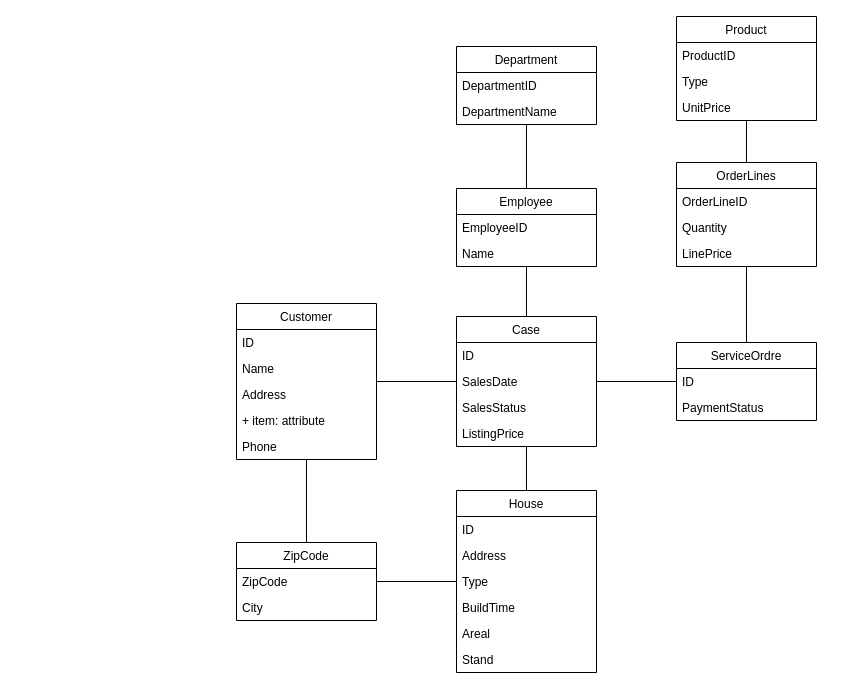
The draw.io diagram Diverse/er.drawio in JesperlaCour/EstateBrokers, before the edit. Source tidied: cells renumbered, new cells numbered last; positions are measured from the earlier drawing's top-left corner, leaving out a move shared by most shapes. Both pictures are drawn from the tidied source at 100%, with x=0, y=0 at pixel (236, 16).
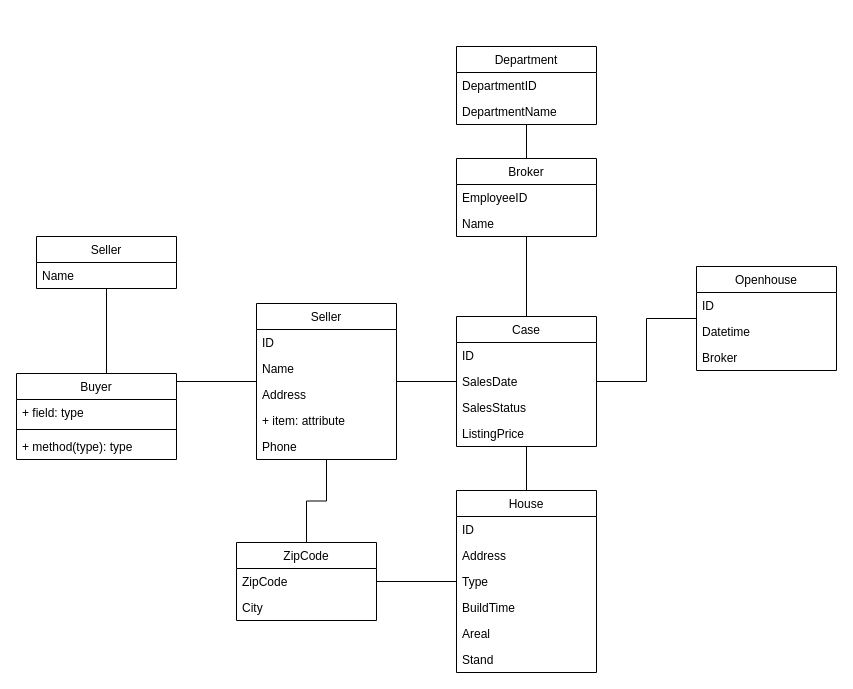
The same diagram, later.

The change refers to these unchanged cells:
```xml
<mxCell id="18" value="Case" style="swimlane;fontStyle=0;horizontal=1;startSize=26;fillColor=none;" parent="1" vertex="1">
  <mxGeometry x="220" y="300" width="140" height="130" as="geometry" />
</mxCell>
```

Diff of the diagram source:
```diff
@@
-    <mxCell id="3" style="edgeStyle=orthogonalEdgeStyle;rounded=0;jettySize=auto;html=1;endArrow=none;endFill=0;" parent="1" edge="1" source="18" target="29">
-      <mxGeometry relative="1" as="geometry" />
-    </mxCell>
@@
-    <mxCell id="6" style="edgeStyle=orthogonalEdgeStyle;rounded=0;jettySize=auto;html=1;endArrow=none;endFill=0;" parent="1" edge="1" source="29" target="8">
-      <mxGeometry relative="1" as="geometry" />
-    </mxCell>
-    <mxCell id="7" style="edgeStyle=orthogonalEdgeStyle;rounded=0;jettySize=auto;html=1;endArrow=none;endFill=0;" parent="1" edge="1" source="8" target="12">
-      <mxGeometry relative="1" as="geometry" />
-    </mxCell>
-    <mxCell id="8" value="OrderLines" style="swimlane;fontStyle=0;horizontal=1;startSize=26;fillColor=none;" parent="1" vertex="1">
-      <mxGeometry x="440" y="146" width="140" height="104" as="geometry" />
-    </mxCell>
-    <mxCell id="9" value="OrderLineID" style="text;strokeColor=none;fillColor=none;align=left;verticalAlign=top;spacingLeft=4;spacingRight=4;overflow=hidden;" parent="8" vertex="1">
-      <mxGeometry y="26" width="140" height="26" as="geometry" />
-    </mxCell>
-    <mxCell id="10" value="Quantity" style="text;strokeColor=none;fillColor=none;align=left;verticalAlign=top;spacingLeft=4;spacingRight=4;overflow=hidden;" parent="8" vertex="1">
-      <mxGeometry y="52" width="140" height="26" as="geometry" />
-    </mxCell>
-    <mxCell id="11" value="LinePrice" style="text;strokeColor=none;fillColor=none;align=left;verticalAlign=top;spacingLeft=4;spacingRight=4;overflow=hidden;" parent="8" vertex="1">
-      <mxGeometry y="78" width="140" height="26" as="geometry" />
-    </mxCell>
-    <mxCell id="12" value="Product" style="swimlane;fontStyle=0;horizontal=1;startSize=26;fillColor=none;" parent="1" vertex="1">
-      <mxGeometry x="440" width="140" height="104" as="geometry" />
-    </mxCell>
-    <mxCell id="13" value="ProductID" style="text;strokeColor=none;fillColor=none;align=left;verticalAlign=top;spacingLeft=4;spacingRight=4;overflow=hidden;" parent="12" vertex="1">
-      <mxGeometry y="26" width="140" height="26" as="geometry" />
-    </mxCell>
-    <mxCell id="14" value="Type" style="text;strokeColor=none;fillColor=none;align=left;verticalAlign=top;spacingLeft=4;spacingRight=4;overflow=hidden;" parent="12" vertex="1">
-      <mxGeometry y="52" width="140" height="26" as="geometry" />
-    </mxCell>
-    <mxCell id="15" value="UnitPrice" style="text;strokeColor=none;fillColor=none;align=left;verticalAlign=top;spacingLeft=4;spacingRight=4;overflow=hidden;" parent="12" vertex="1">
-      <mxGeometry y="78" width="140" height="26" as="geometry" />
-    </mxCell>
@@
+    <mxCell id="49" style="edgeStyle=orthogonalEdgeStyle;rounded=0;jettySize=auto;html=1;endArrow=none;endFill=0;" parent="1" edge="1" source="18" target="51">
+      <mxGeometry relative="1" as="geometry" />
+    </mxCell>
@@
+    <mxCell id="50" style="edgeStyle=orthogonalEdgeStyle;rounded=0;jettySize=auto;html=1;endArrow=none;endFill=0;" parent="1" edge="1" source="23" target="54">
+      <mxGeometry relative="1" as="geometry" />
+    </mxCell>
-    <mxCell id="23" value="Customer" style="swimlane;fontStyle=0;horizontal=1;startSize=26;fillColor=none;" parent="1" vertex="1">
-      <mxGeometry y="287" width="140" height="156" as="geometry" />
+    <mxCell id="23" value="Seller" style="swimlane;fontStyle=0;horizontal=1;startSize=26;fillColor=none;" parent="1" vertex="1">
+      <mxGeometry x="20" y="287" width="140" height="156" as="geometry" />
     </mxCell>
@@
-    <mxCell id="29" value="ServiceOrdre" style="swimlane;fontStyle=0;horizontal=1;startSize=26;fillColor=none;" parent="1" vertex="1">
-      <mxGeometry x="440" y="326" width="140" height="78" as="geometry" />
-    </mxCell>
-    <mxCell id="30" value="ID" style="text;strokeColor=none;fillColor=none;align=left;verticalAlign=top;spacingLeft=4;spacingRight=4;overflow=hidden;" parent="29" vertex="1">
-      <mxGeometry y="26" width="140" height="26" as="geometry" />
-    </mxCell>
-    <mxCell id="31" value="PaymentStatus" style="text;strokeColor=none;fillColor=none;align=left;verticalAlign=top;spacingLeft=4;spacingRight=4;overflow=hidden;" parent="29" vertex="1">
-      <mxGeometry y="52" width="140" height="26" as="geometry" />
-    </mxCell>
@@
-    <mxCell id="36" value="Employee" style="swimlane;fontStyle=0;horizontal=1;startSize=26;fillColor=none;" parent="1" vertex="1">
-      <mxGeometry x="220" y="172" width="140" height="78" as="geometry" />
+    <mxCell id="36" value="Broker" style="swimlane;fontStyle=0;horizontal=1;startSize=26;fillColor=none;" parent="1" vertex="1">
+      <mxGeometry x="220" y="142" width="140" height="78" as="geometry" />
     </mxCell>
@@
+    <mxCell id="51" value="Openhouse" style="swimlane;fontStyle=0;horizontal=1;startSize=26;fillColor=none;" parent="1" vertex="1">
+      <mxGeometry x="460" y="250" width="140" height="104" as="geometry" />
+    </mxCell>
+    <mxCell id="30" value="ID" style="text;strokeColor=none;fillColor=none;align=left;verticalAlign=top;spacingLeft=4;spacingRight=4;overflow=hidden;" parent="51" vertex="1">
+      <mxGeometry y="26" width="140" height="26" as="geometry" />
+    </mxCell>
+    <mxCell id="52" value="Datetime" style="text;strokeColor=none;fillColor=none;align=left;verticalAlign=top;spacingLeft=4;spacingRight=4;overflow=hidden;" parent="51" vertex="1">
+      <mxGeometry y="52" width="140" height="26" as="geometry" />
+    </mxCell>
+    <mxCell id="53" value="Broker" style="text;strokeColor=none;fillColor=none;align=left;verticalAlign=top;spacingLeft=4;spacingRight=4;overflow=hidden;" parent="51" vertex="1">
+      <mxGeometry y="78" width="140" height="26" as="geometry" />
+    </mxCell>
+    <mxCell id="54" value="Seller" style="swimlane;fontStyle=0;horizontal=1;startSize=26;fillColor=none;" parent="1" vertex="1">
+      <mxGeometry x="-200" y="220" width="140" height="52" as="geometry" />
+    </mxCell>
+    <mxCell id="55" value="Name" style="text;strokeColor=none;fillColor=none;align=left;verticalAlign=top;spacingLeft=4;spacingRight=4;overflow=hidden;" parent="54" vertex="1">
+      <mxGeometry y="26" width="140" height="26" as="geometry" />
+    </mxCell>
+    <mxCell id="56" value="Buyer" style="swimlane;fontStyle=0;align=center;verticalAlign=top;horizontal=1;startSize=26;" parent="1" vertex="1">
+      <mxGeometry x="-220" y="357" width="160" height="86" as="geometry" />
+    </mxCell>
+    <mxCell id="57" value="+ field: type" style="text;strokeColor=none;fillColor=none;align=left;verticalAlign=top;spacingLeft=4;spacingRight=4;overflow=hidden;" parent="56" vertex="1">
+      <mxGeometry y="26" width="160" height="26" as="geometry" />
+    </mxCell>
+    <mxCell id="58" style="line;strokeWidth=1;fillColor=none;align=left;verticalAlign=middle;spacingTop=-1;spacingLeft=3;spacingRight=3;labelPosition=right;" parent="56" vertex="1">
+      <mxGeometry y="52" width="160" height="8" as="geometry" />
+    </mxCell>
+    <mxCell id="59" value="+ method(type): type" style="text;strokeColor=none;fillColor=none;align=left;verticalAlign=top;spacingLeft=4;spacingRight=4;overflow=hidden;" parent="56" vertex="1">
+      <mxGeometry y="60" width="160" height="26" as="geometry" />
+    </mxCell>
```
